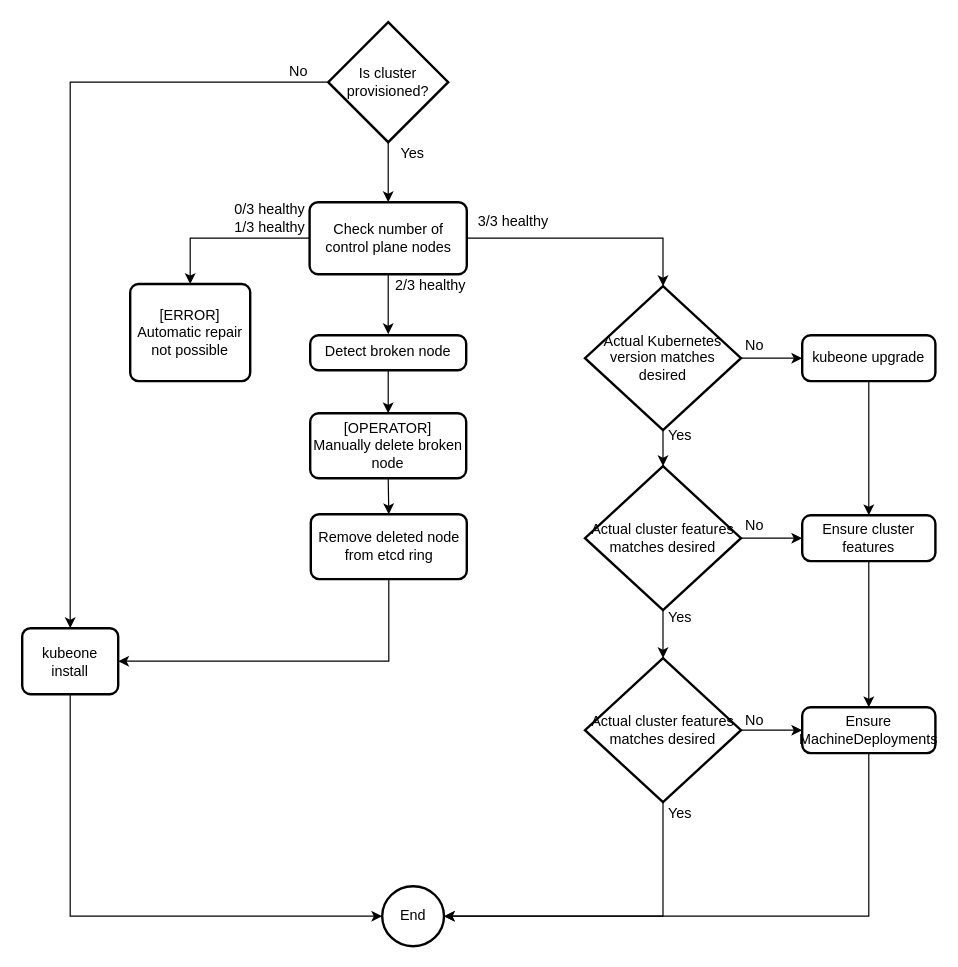
kubermatic/kubeone keeps this draw.io diagram as docs/proposals/apply-flowchart.drawio. Above is the earlier version. Source tidied: cells renumbered, new cells numbered last; positions are measured from the earlier drawing's top-left corner, leaving out a move shared by most shapes. Both pictures are drawn from the tidied source at 120%, with x=0, y=0 at pixel (22, 22).
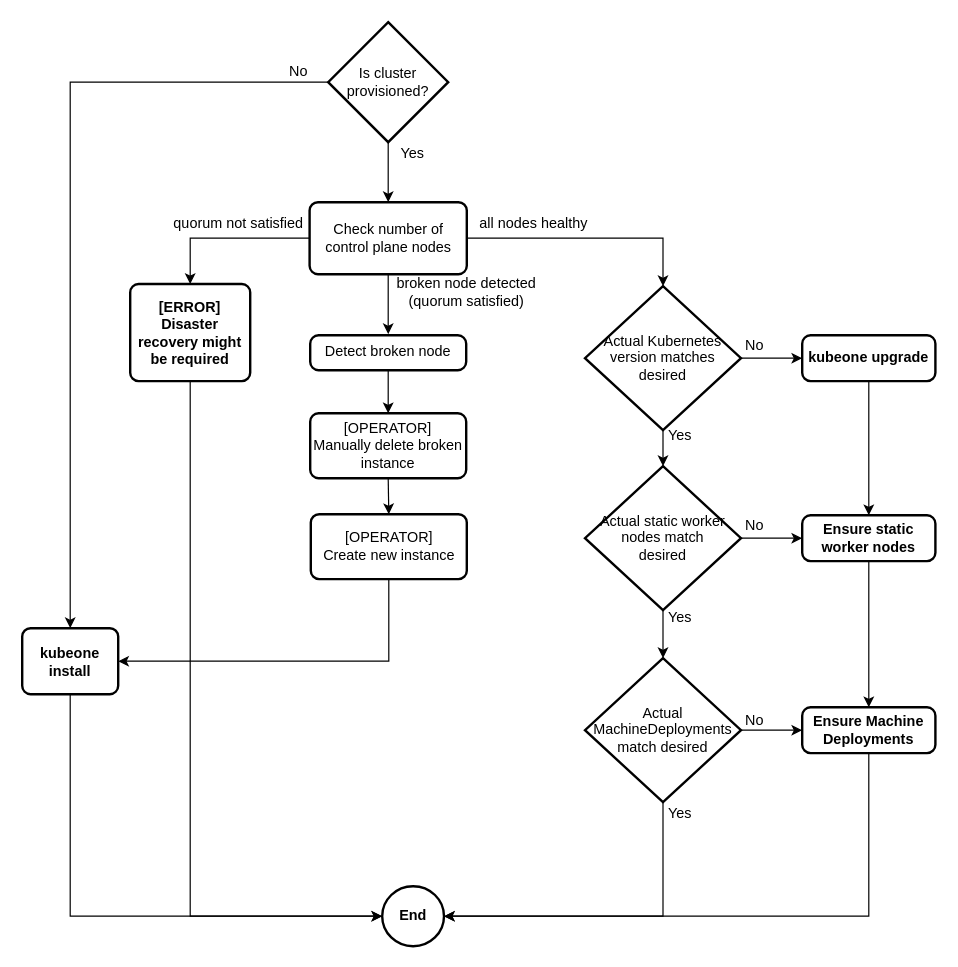
After the change.

Commit message (it also covers changes not shown here):
Update the kubeone apply proposal

Diff of the diagram source:
```diff
@@
-    <mxCell id="7" value="kubeone install" style="rounded=1;whiteSpace=wrap;html=1;absoluteArcSize=1;arcSize=14;strokeWidth=2;" parent="1" vertex="1">
+    <mxCell id="7" value="&lt;b&gt;kubeone install&lt;/b&gt;" style="rounded=1;whiteSpace=wrap;html=1;absoluteArcSize=1;arcSize=14;strokeWidth=2;" parent="1" vertex="1">
       <mxGeometry y="505" width="80" height="55" as="geometry" />
     </mxCell>
@@
-    <mxCell id="12" value="End" style="strokeWidth=2;html=1;shape=mxgraph.flowchart.start_2;whiteSpace=wrap;" parent="1" vertex="1">
+    <mxCell id="12" value="End" style="strokeWidth=2;html=1;shape=mxgraph.flowchart.start_2;whiteSpace=wrap;fontStyle=1;" parent="1" vertex="1">
       <mxGeometry x="300" y="720" width="51.5" height="50" as="geometry" />
     </mxCell>
@@
-    <mxCell id="14" value="3/3 healthy" style="text;html=1;align=center;verticalAlign=middle;" parent="1" vertex="1">
-      <mxGeometry x="374" y="156" width="70" height="20" as="geometry" />
+    <mxCell id="14" value="all nodes healthy" style="text;html=1;align=center;verticalAlign=middle;" parent="1" vertex="1">
+      <mxGeometry x="370.5" y="158" width="110" height="20" as="geometry" />
     </mxCell>
@@
-    <mxCell id="20" value="Actual cluster features matches desired" style="strokeWidth=2;html=1;shape=mxgraph.flowchart.decision;whiteSpace=wrap;" parent="1" vertex="1">
+    <mxCell id="20" value="Actual static worker nodes match&lt;br&gt;desired" style="strokeWidth=2;html=1;shape=mxgraph.flowchart.decision;whiteSpace=wrap;" parent="1" vertex="1">
       <mxGeometry x="469" y="370" width="130" height="120" as="geometry" />
     </mxCell>
@@
-    <mxCell id="23" value="Actual cluster features matches desired" style="strokeWidth=2;html=1;shape=mxgraph.flowchart.decision;whiteSpace=wrap;" parent="1" vertex="1">
+    <mxCell id="23" value="Actual MachineDeployments match desired" style="strokeWidth=2;html=1;shape=mxgraph.flowchart.decision;whiteSpace=wrap;" parent="1" vertex="1">
       <mxGeometry x="469" y="530" width="130" height="120" as="geometry" />
     </mxCell>
@@
-    <mxCell id="27" value="kubeone upgrade" style="rounded=1;whiteSpace=wrap;html=1;absoluteArcSize=1;arcSize=14;strokeWidth=2;" parent="1" vertex="1">
+    <mxCell id="27" value="&lt;b&gt;kubeone upgrade&lt;/b&gt;" style="rounded=1;whiteSpace=wrap;html=1;absoluteArcSize=1;arcSize=14;strokeWidth=2;" parent="1" vertex="1">
       <mxGeometry x="650" y="260.9" width="111" height="38.2" as="geometry" />
     </mxCell>
@@
-    <mxCell id="29" value="Ensure cluster features" style="rounded=1;whiteSpace=wrap;html=1;absoluteArcSize=1;arcSize=14;strokeWidth=2;" parent="1" vertex="1">
+    <mxCell id="29" value="&lt;b&gt;Ensure static worker nodes&lt;/b&gt;" style="rounded=1;whiteSpace=wrap;html=1;absoluteArcSize=1;arcSize=14;strokeWidth=2;" parent="1" vertex="1">
       <mxGeometry x="650" y="410.9" width="111" height="38.2" as="geometry" />
     </mxCell>
@@
-    <mxCell id="31" value="Ensure MachineDeployments" style="rounded=1;whiteSpace=wrap;html=1;absoluteArcSize=1;arcSize=14;strokeWidth=2;" parent="1" vertex="1">
+    <mxCell id="31" value="&lt;b&gt;Ensure Machine Deployments&lt;/b&gt;" style="rounded=1;whiteSpace=wrap;html=1;absoluteArcSize=1;arcSize=14;strokeWidth=2;" parent="1" vertex="1">
       <mxGeometry x="650" y="570.9" width="111" height="38.2" as="geometry" />
     </mxCell>
@@
-    <mxCell id="36" value="2/3 healthy" style="text;html=1;align=center;verticalAlign=middle;" parent="1" vertex="1">
-      <mxGeometry x="305" y="210" width="70" height="20" as="geometry" />
+    <mxCell id="36" value="broken node detected&lt;br&gt;(quorum satisfied)" style="text;html=1;align=center;verticalAlign=middle;" parent="1" vertex="1">
+      <mxGeometry x="305" y="210" width="130" height="30" as="geometry" />
     </mxCell>
@@
-    <mxCell id="40" value="[OPERATOR]&lt;br&gt;Manually delete broken node" style="rounded=1;whiteSpace=wrap;html=1;absoluteArcSize=1;arcSize=14;strokeWidth=2;" parent="1" vertex="1">
+    <mxCell id="40" value="[OPERATOR]&lt;br&gt;Manually delete broken instance" style="rounded=1;whiteSpace=wrap;html=1;absoluteArcSize=1;arcSize=14;strokeWidth=2;" parent="1" vertex="1">
       <mxGeometry x="240" y="325.9" width="130" height="54.1" as="geometry" />
     </mxCell>
@@
-    <mxCell id="42" value="Remove deleted node from etcd ring" style="rounded=1;whiteSpace=wrap;html=1;absoluteArcSize=1;arcSize=14;strokeWidth=2;" parent="1" vertex="1">
+    <mxCell id="42" value="&lt;span style=&quot;font-weight: normal&quot;&gt;[OPERATOR]&lt;br&gt;Create new instance&lt;br&gt;&lt;/span&gt;" style="rounded=1;whiteSpace=wrap;html=1;absoluteArcSize=1;arcSize=14;strokeWidth=2;fontStyle=1;" parent="1" vertex="1">
       <mxGeometry x="240.5" y="410" width="130" height="54.1" as="geometry" />
     </mxCell>
-    <mxCell id="43" value="0/3 healthy&lt;br&gt;1/3 healthy" style="text;html=1;align=center;verticalAlign=middle;" parent="1" vertex="1">
-      <mxGeometry x="170.5" y="148" width="70" height="30" as="geometry" />
+    <mxCell id="43" value="quorum not satisfied" style="text;html=1;align=center;verticalAlign=middle;" parent="1" vertex="1">
+      <mxGeometry x="120" y="158" width="120" height="20" as="geometry" />
     </mxCell>
+    <mxCell id="45" style="edgeStyle=orthogonalEdgeStyle;rounded=0;jettySize=auto;html=1;fontStyle=1;" parent="1" edge="1" source="44" target="12">
+      <mxGeometry relative="1" as="geometry">
+        <Array as="points">
+          <mxPoint x="140" y="745" />
+        </Array>
+      </mxGeometry>
+    </mxCell>
-    <mxCell id="44" value="[ERROR]&lt;br&gt;Automatic repair not possible" style="rounded=1;whiteSpace=wrap;html=1;absoluteArcSize=1;arcSize=14;strokeWidth=2;" parent="1" vertex="1">
+    <mxCell id="44" value="[ERROR]&lt;br&gt;Disaster recovery might be required" style="rounded=1;whiteSpace=wrap;html=1;absoluteArcSize=1;arcSize=14;strokeWidth=2;fontStyle=1;" parent="1" vertex="1">
       <mxGeometry x="90" y="218.2" width="100" height="80.9" as="geometry" />
     </mxCell>
```
